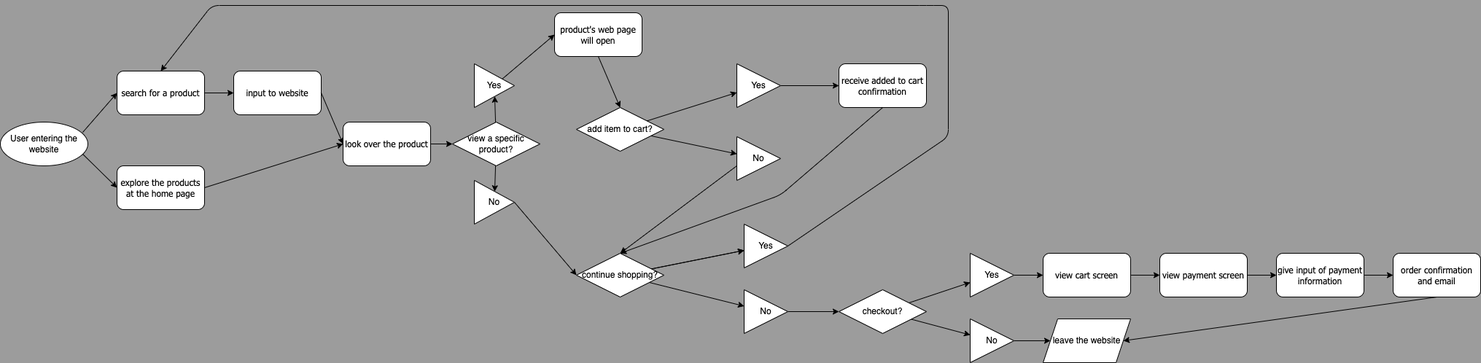
This is explore/diagramming/diagram.drawio.png from joyceweng/fa22-cse110-lab4, a draw.io export, as it was before one commit. Source tidied: cells renumbered, new cells last; positions are measured from the earlier drawing's top-left corner, leaving out a move shared by most shapes.
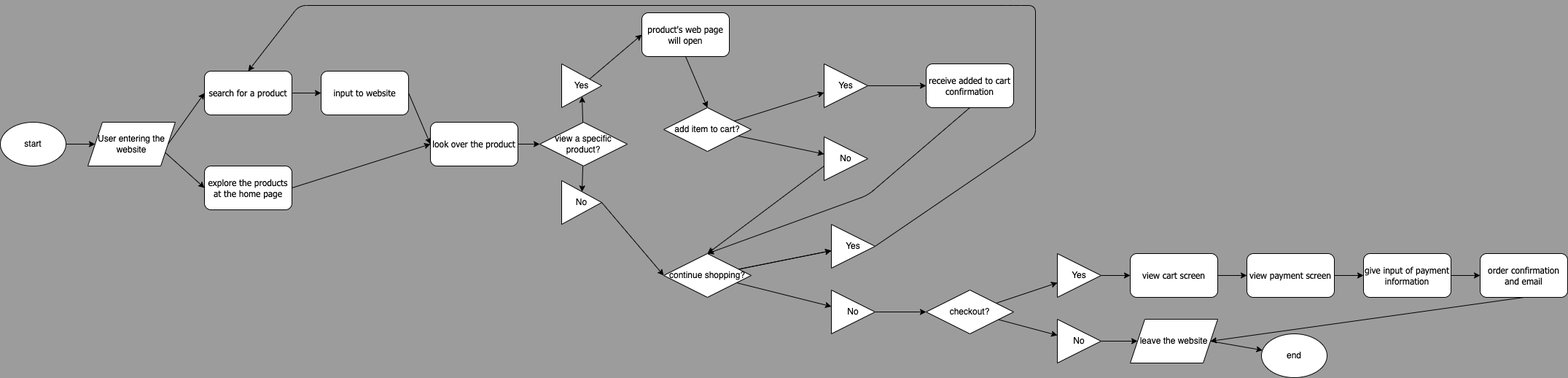
The same file after the commit.

Change to the diagram source:
```diff
@@ -2,10 +2,10 @@
   <root>
     <mxCell id="0" />
     <mxCell id="1" parent="0" />
-    <mxCell id="2" value="User entering the website" style="ellipse;whiteSpace=wrap;html=1;" parent="1" vertex="1">
+    <mxCell id="2" value="User entering the website" style="shape=parallelogram;perimeter=parallelogramPerimeter;whiteSpace=wrap;html=1;fixedSize=1;" parent="1" vertex="1">
       <mxGeometry y="160" width="120" height="60" as="geometry" />
     </mxCell>
-    <mxCell id="3" style="endArrow=classic;html=1;fontFamily=Tahoma;entryX=0;entryY=0.5;entryDx=0;entryDy=0;exitX=0.942;exitY=0.233;exitDx=0;exitDy=0;exitPerimeter=0;" parent="1" edge="1" source="2" target="4">
+    <mxCell id="3" style="endArrow=classic;html=1;fontFamily=Tahoma;entryX=0;entryY=0.5;entryDx=0;entryDy=0;exitX=1;exitY=0.5;exitDx=0;exitDy=0;" parent="1" edge="1" source="2" target="4">
       <mxGeometry relative="1" as="geometry" />
     </mxCell>
     <mxCell id="4" value="search for a product" style="rounded=1;whiteSpace=wrap;html=1;fontFamily=Tahoma;" parent="1" vertex="1">
@@ -14,7 +14,7 @@
     <mxCell id="5" value="explore the products at the home page" style="rounded=1;whiteSpace=wrap;html=1;fontFamily=Tahoma;" parent="1" vertex="1">
       <mxGeometry x="160" y="220" width="120" height="60" as="geometry" />
     </mxCell>
-    <mxCell id="6" style="endArrow=classic;html=1;fontFamily=Tahoma;entryX=0;entryY=0.5;entryDx=0;entryDy=0;exitX=0.942;exitY=0.733;exitDx=0;exitDy=0;exitPerimeter=0;" parent="1" edge="1" source="2" target="5">
+    <mxCell id="6" style="endArrow=classic;html=1;fontFamily=Tahoma;entryX=0;entryY=0.5;entryDx=0;entryDy=0;exitX=1;exitY=0.75;exitDx=0;exitDy=0;" parent="1" edge="1" source="2" target="5">
       <mxGeometry relative="1" as="geometry" />
     </mxCell>
     <mxCell id="7" value="input to website" style="rounded=1;whiteSpace=wrap;html=1;fontFamily=Tahoma;" parent="1" vertex="1">
@@ -143,6 +143,9 @@
     <mxCell id="44" value="No" style="triangle;whiteSpace=wrap;html=1;" parent="1" vertex="1">
       <mxGeometry x="1330" y="430" width="60" height="60" as="geometry" />
     </mxCell>
+    <mxCell id="55" style="edgeStyle=none;html=1;exitX=1;exitY=0.5;exitDx=0;exitDy=0;" parent="1" edge="1" source="45" target="58">
+      <mxGeometry relative="1" as="geometry" />
+    </mxCell>
     <mxCell id="45" value="leave the website" style="shape=parallelogram;perimeter=parallelogramPerimeter;whiteSpace=wrap;html=1;fixedSize=1;" parent="1" vertex="1">
       <mxGeometry x="1430" y="430" width="120" height="60" as="geometry" />
     </mxCell>
@@ -180,5 +183,14 @@
         </Array>
       </mxGeometry>
     </mxCell>
+    <mxCell id="56" style="edgeStyle=none;html=1;" parent="1" edge="1" source="57" target="2">
+      <mxGeometry relative="1" as="geometry" />
+    </mxCell>
+    <mxCell id="57" value="start" style="ellipse;whiteSpace=wrap;html=1;" parent="1" vertex="1">
+      <mxGeometry x="-120" y="160" width="90" height="60" as="geometry" />
+    </mxCell>
+    <mxCell id="58" value="end" style="ellipse;whiteSpace=wrap;html=1;" parent="1" vertex="1">
+      <mxGeometry x="1610" y="450" width="90" height="60" as="geometry" />
+    </mxCell>
   </root>
 </mxGraphModel>
```
